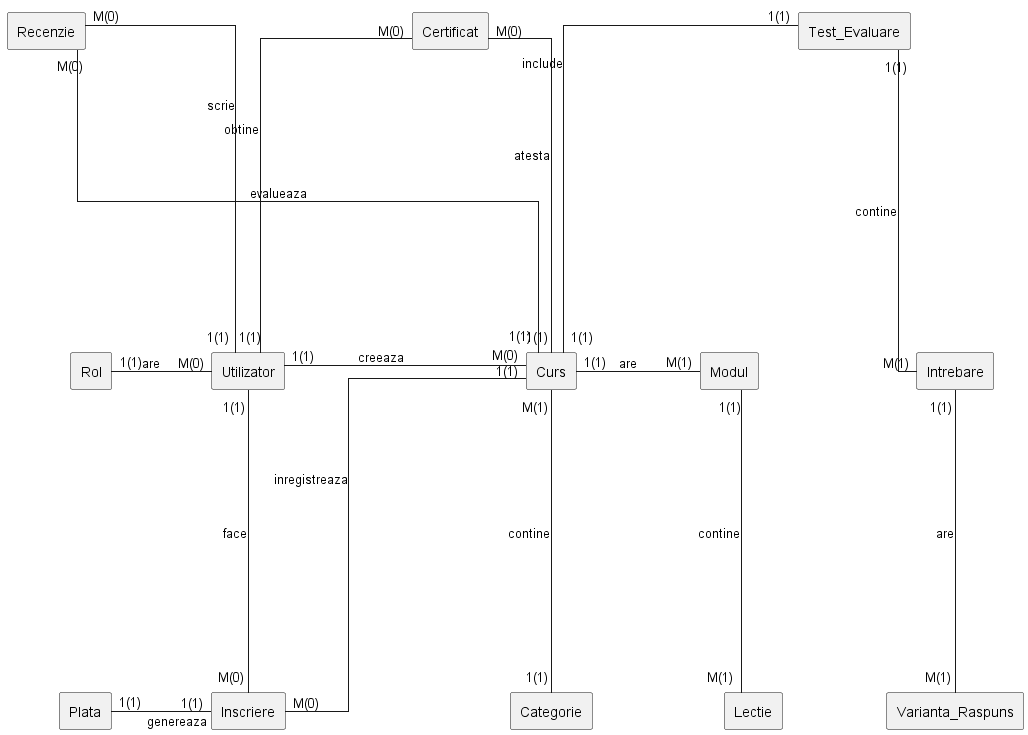
Earlier version of the PlantUML export out/diagrama_erd/diagrama_erd.png (Teooo28/e-learning-database-sql).
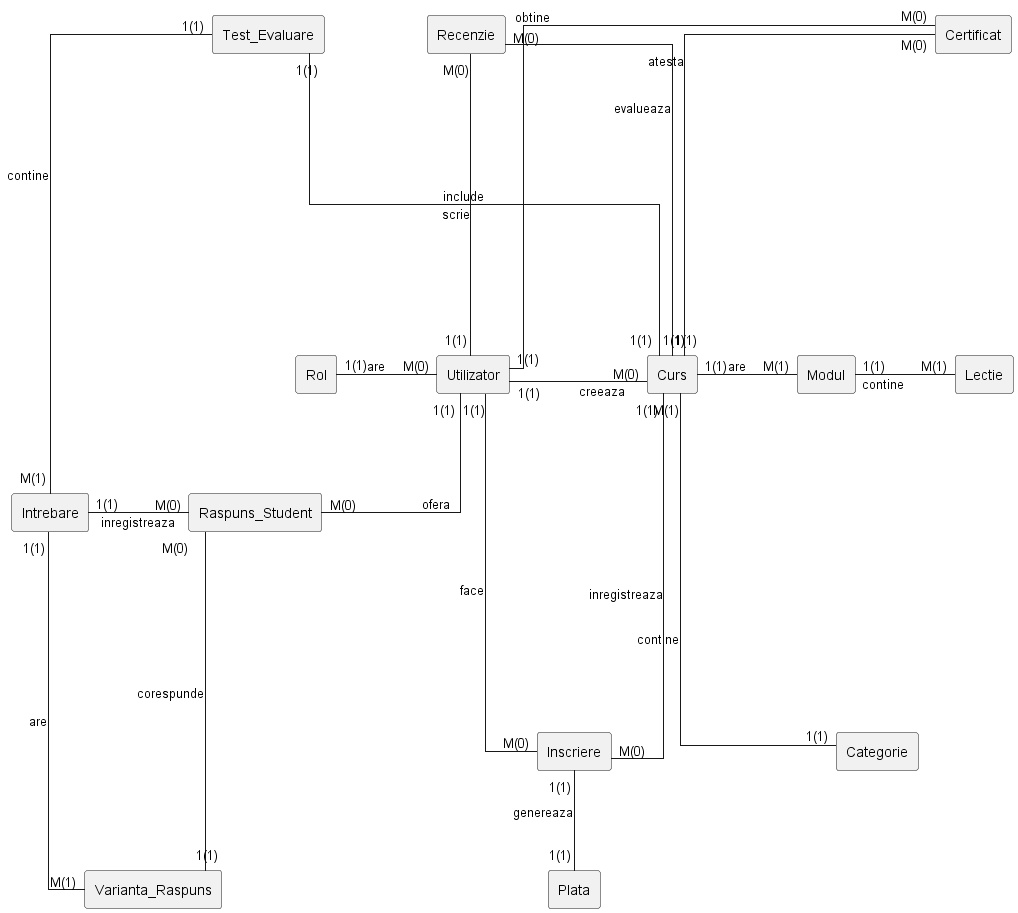
Above is the later version.

Commit message:
Adaugare tabel Raspuns_Student pentru indeplinirea cerintei de relatie cu grad superior (>2)

Change to the diagram source:
```diff
@@ -17,6 +17,7 @@
 rectangle "Intrebare" as Intrebare
 rectangle "Varianta_Raspuns" as Varianta
 rectangle "Certificat" as Certificat
+rectangle "Raspuns_Student" as Raspuns_Student
 
 Utilizator "1(1)" --right-- "M(0)" Curs : creeaza
 Rol "1(1)" --right-- "M(0)" Utilizator : are
@@ -24,7 +25,7 @@
 
 Utilizator "1(1)" --down-- "M(0)" Inscriere : face
 Curs "1(1)" --down-- "M(0)" Inscriere : inregistreaza
-Inscriere "1(1)" --left-- "1(1)" Plata : genereaza
+Inscriere "1(1)" -down- "1(1)" Plata : genereaza
 
 Utilizator "1(1)" --up-- "M(0)" Recenzie : scrie
 Recenzie "M(0)" --right-- "1(1)" Curs : evalueaza
@@ -33,10 +34,14 @@
 Certificat "M(0)" --right-- "1(1)" Curs : atesta
 
 Curs "1(1)" --right-- "M(1)" Modul : are
-Modul "1(1)" --down-- "M(1)" Lectie : contine
+Modul "1(1)" --right-- "M(1)" Lectie : contine
 
 Curs "1(1)" --up-- "1(1)" Test : include
 Test "1(1)" --down-- "M(1)" Intrebare : contine
 Intrebare "1(1)" --down-- "M(1)" Varianta : are
 
+Utilizator "1(1)" -down- "M(0)" Raspuns_Student : ofera
+Intrebare "1(1)" --right-- "M(0)" Raspuns_Student : inregistreaza
+Varianta "1(1)" --up-- "M(0)" Raspuns_Student : corespunde
+
 @enduml
```
